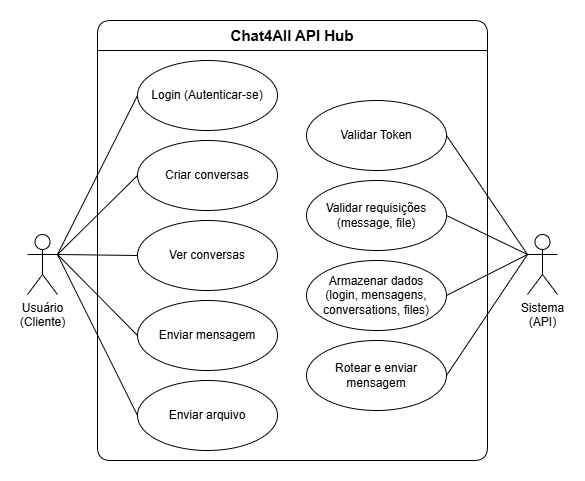
The draw.io diagram Diagramas/diagrama_casos_de_uso.png in FilipeA9/Chat4All---Plataforma-de-Comunicao-Ubiqua, before a commit. Source tidied: cells renumbered, new cells last; positions are measured from the earlier drawing's top-left corner, leaving out a move shared by most shapes.
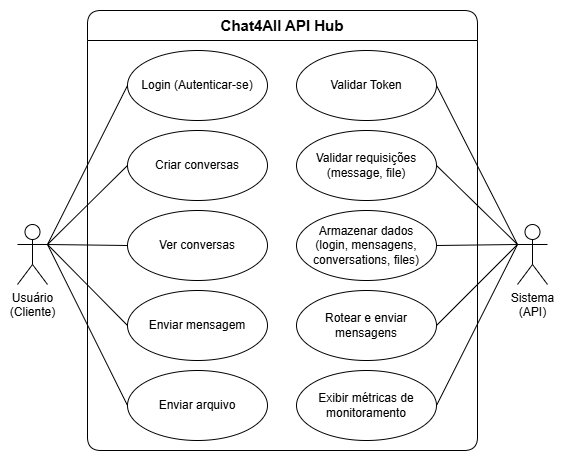
Later version of the same file.

What changed in the source:
```diff
@@ -21,16 +21,16 @@
       <mxGeometry x="40" y="40" width="140" height="70" as="geometry" />
     </mxCell>
     <mxCell id="8" value="Validar Token" style="ellipse;whiteSpace=wrap;html=1;fillColor=#FFFFFF;fontColor=#000000;strokeColor=#000000;align=center;" parent="2" vertex="1">
-      <mxGeometry x="209" y="80" width="140" height="70" as="geometry" />
+      <mxGeometry x="209" y="40" width="140" height="70" as="geometry" />
     </mxCell>
     <mxCell id="9" value="Validar requisições (message, file)" style="ellipse;whiteSpace=wrap;html=1;fillColor=#FFFFFF;fontColor=#000000;strokeColor=#000000;align=center;" parent="2" vertex="1">
-      <mxGeometry x="209" y="160" width="140" height="70" as="geometry" />
+      <mxGeometry x="209" y="120" width="140" height="70" as="geometry" />
     </mxCell>
     <mxCell id="10" value="Armazenar dados&lt;div&gt;(login, mensagens, conversations, files)&lt;/div&gt;" style="ellipse;whiteSpace=wrap;html=1;fillColor=#FFFFFF;fontColor=#000000;strokeColor=#000000;align=center;" parent="2" vertex="1">
-      <mxGeometry x="209" y="240" width="140" height="70" as="geometry" />
+      <mxGeometry x="209" y="200" width="140" height="70" as="geometry" />
     </mxCell>
-    <mxCell id="11" value="Rotear e enviar mensagem" style="ellipse;whiteSpace=wrap;html=1;fillColor=#FFFFFF;fontColor=#000000;strokeColor=#000000;align=center;" parent="2" vertex="1">
-      <mxGeometry x="209" y="320" width="140" height="70" as="geometry" />
+    <mxCell id="11" value="Rotear e enviar mensagens" style="ellipse;whiteSpace=wrap;html=1;fillColor=#FFFFFF;fontColor=#000000;strokeColor=#000000;align=center;" parent="2" vertex="1">
+      <mxGeometry x="209" y="280" width="140" height="70" as="geometry" />
     </mxCell>
     <mxCell id="12" value="Usuário&lt;div&gt;&lt;span style=&quot;background-color: transparent; color: light-dark(rgb(0, 0, 0), rgb(255, 255, 255));&quot;&gt;(Cliente)&lt;/span&gt;&lt;/div&gt;" style="shape=umlActor;verticalLabelPosition=bottom;verticalAlign=top;html=1;outlineConnect=0;" parent="2" vertex="1">
       <mxGeometry x="-70" y="214" width="30" height="60" as="geometry" />
@@ -50,6 +50,9 @@
     <mxCell id="17" style="jettySize=auto;html=1;entryX=0;entryY=0.5;entryDx=0;entryDy=0;fontColor=#000000;strokeColor=#000000;endArrow=none;endFill=0;exitX=1;exitY=0.3333333333333333;exitDx=0;exitDy=0;exitPerimeter=0;" parent="2" edge="1" source="12" target="3">
       <mxGeometry relative="1" as="geometry" />
     </mxCell>
+    <mxCell id="23" value="Exibir métricas de monitoramento" style="ellipse;whiteSpace=wrap;html=1;fillColor=#FFFFFF;fontColor=#000000;strokeColor=#000000;align=center;" parent="2" vertex="1">
+      <mxGeometry x="209" y="360" width="140" height="70" as="geometry" />
+    </mxCell>
     <mxCell id="18" value="Sistema&lt;div&gt;(API)&lt;/div&gt;" style="shape=umlActor;verticalLabelPosition=bottom;verticalAlign=top;html=1;outlineConnect=0;" parent="1" vertex="1">
       <mxGeometry x="500" y="214" width="30" height="60" as="geometry" />
     </mxCell>
@@ -65,5 +68,8 @@
     <mxCell id="22" style="jettySize=auto;html=1;exitX=0;exitY=0.3333333333333333;exitDx=0;exitDy=0;exitPerimeter=0;entryX=1;entryY=0.5;entryDx=0;entryDy=0;fontColor=#000000;strokeColor=#000000;endArrow=none;endFill=0;" parent="1" edge="1" source="18" target="11">
       <mxGeometry relative="1" as="geometry" />
     </mxCell>
+    <mxCell id="24" style="jettySize=auto;html=1;exitX=0;exitY=0.3333333333333333;exitDx=0;exitDy=0;exitPerimeter=0;entryX=1;entryY=0.5;entryDx=0;entryDy=0;fontColor=#000000;strokeColor=#000000;endArrow=none;endFill=0;" parent="1" edge="1" source="18" target="23">
+      <mxGeometry relative="1" as="geometry" />
+    </mxCell>
   </root>
 </mxGraphModel>
```
